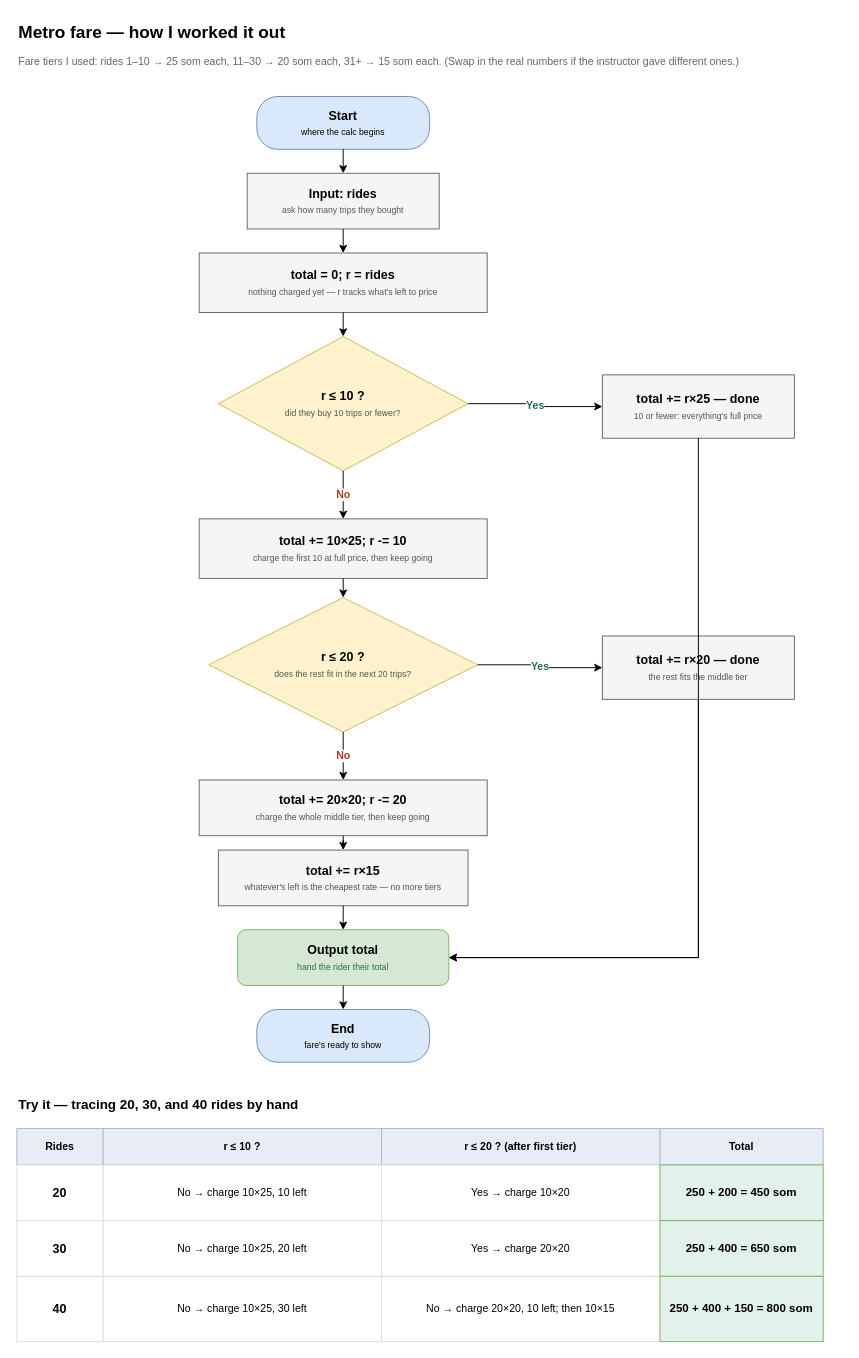
ruziev1435-star/Emaktab keeps this draw.io diagram as lab1/metro-fare-flowchart.drawio. Above is the earlier version. Source tidied: cells renumbered, new cells numbered last; positions are measured from the earlier drawing's top-left corner, leaving out a move shared by most shapes. Both pictures are drawn from the tidied source at 96%, with x=0, y=0 at pixel (16, 16).
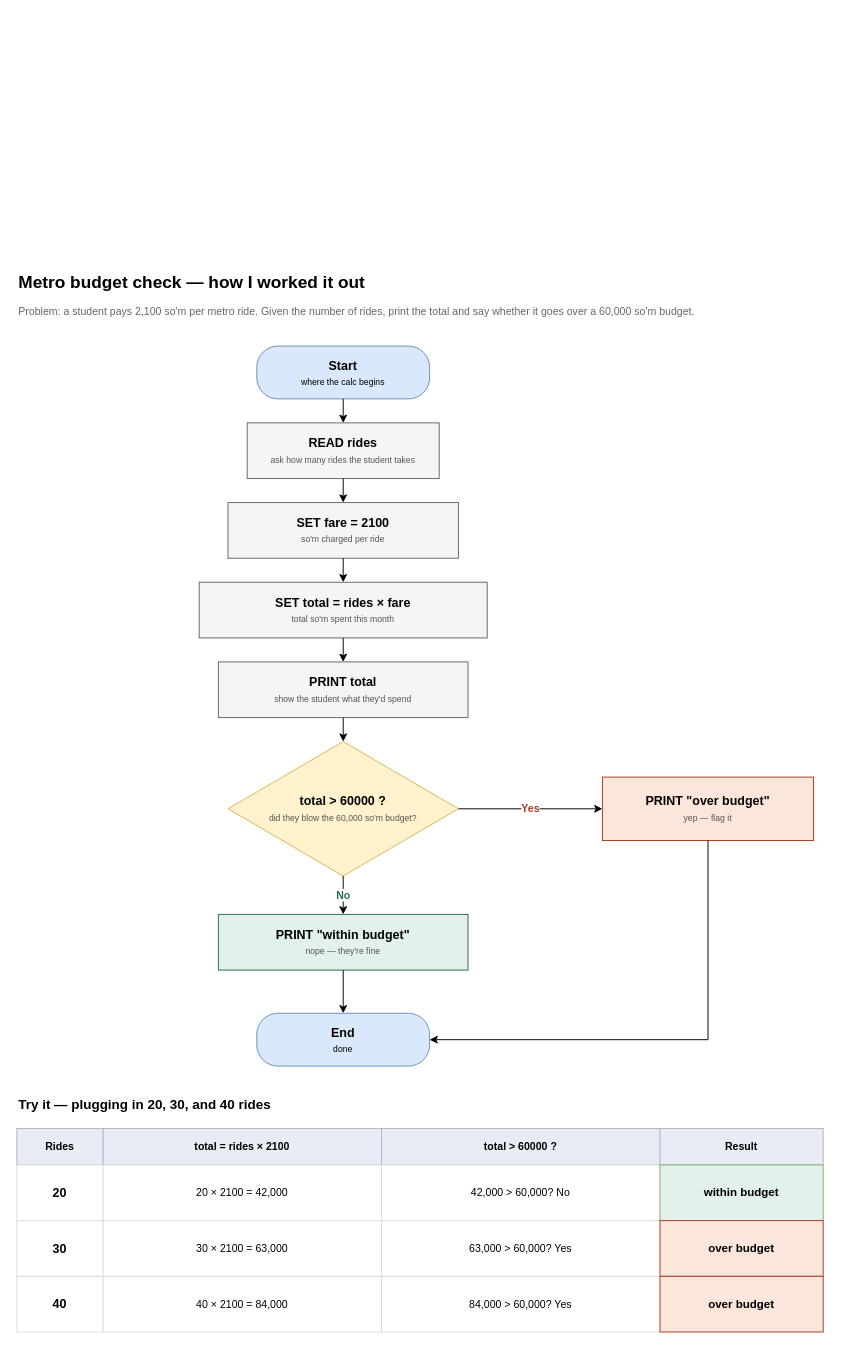
Above is the later version.

Commit message (it also covers changes not shown here):
Replace tiered-fare guess with the real algorithm from class

Change to the diagram source:
```diff
@@
-    <mxCell id="2" value="Metro fare — how I worked it out" style="text;html=1;align=left;valign=middle;fontSize=18;fontStyle=1;" parent="1" vertex="1">
-      <mxGeometry width="700" height="30" as="geometry" />
+    <mxCell id="2" value="Metro budget check — how I worked it out" style="text;html=1;align=left;valign=middle;fontSize=18;fontStyle=1;" parent="1" vertex="1">
+      <mxGeometry y="260" width="700" height="30" as="geometry" />
     </mxCell>
-    <mxCell id="3" value="Fare tiers I used: rides 1–10 → 25 som each, 11–30 → 20 som each, 31+ → 15 som each. (Swap in the real numbers if the instructor gave different ones.)" style="text;html=1;align=left;valign=middle;fontSize=11;fontColor=#666666;whiteSpace=wrap;" parent="1" vertex="1">
-      <mxGeometry y="34" width="860" height="34" as="geometry" />
+    <mxCell id="3" value="Problem: a student pays 2,100 so'm per metro ride. Given the number of rides, print the total and say whether it goes over a 60,000 so'm budget." style="text;html=1;align=left;valign=middle;fontSize=11;fontColor=#666666;whiteSpace=wrap;" parent="1" vertex="1">
+      <mxGeometry y="294" width="860" height="34" as="geometry" />
     </mxCell>
     <mxCell id="4" value="&lt;b&gt;Start&lt;/b&gt;&lt;br&gt;&lt;span style=&quot;font-size:9px;&quot;&gt;where the calc begins&lt;/span&gt;" style="rounded=1;arcSize=40;whiteSpace=wrap;html=1;fillColor=#dae8fc;strokeColor=#6c8ebf;fontSize=13;align=center;verticalAlign=middle;" parent="1" vertex="1">
-      <mxGeometry x="250" y="83" width="180" height="55" as="geometry" />
+      <mxGeometry x="250" y="343" width="180" height="55" as="geometry" />
     </mxCell>
-    <mxCell id="5" value="&lt;b&gt;Input: rides&lt;/b&gt;&lt;br&gt;&lt;span style=&quot;font-size:9px;color:#555555;&quot;&gt;ask how many trips they bought&lt;/span&gt;" style="rounded=0;whiteSpace=wrap;html=1;fillColor=#f5f5f5;strokeColor=#666666;fontSize=13;" parent="1" vertex="1">
-      <mxGeometry x="240" y="163" width="200" height="58" as="geometry" />
-    </mxCell>
-    <mxCell id="6" value="&lt;b&gt;total = 0;  r = rides&lt;/b&gt;&lt;br&gt;&lt;span style=&quot;font-size:9px;color:#555555;&quot;&gt;nothing charged yet — r tracks what's left to price&lt;/span&gt;" style="rounded=0;whiteSpace=wrap;html=1;fillColor=#f5f5f5;strokeColor=#666666;fontSize=13;" parent="1" vertex="1">
-      <mxGeometry x="190" y="246" width="300" height="62" as="geometry" />
-    </mxCell>
-    <mxCell id="7" value="&lt;b&gt;r ≤ 10 ?&lt;/b&gt;&lt;br&gt;&lt;span style=&quot;font-size:9px;color:#555555;&quot;&gt;did they buy 10 trips or fewer?&lt;/span&gt;" style="rhombus;whiteSpace=wrap;html=1;fillColor=#fff2cc;strokeColor=#d6b656;fontSize=13;" parent="1" vertex="1">
-      <mxGeometry x="210" y="333" width="260" height="140" as="geometry" />
-    </mxCell>
-    <mxCell id="8" value="&lt;b&gt;total += 10×25;  r -= 10&lt;/b&gt;&lt;br&gt;&lt;span style=&quot;font-size:9px;color:#555555;&quot;&gt;charge the first 10 at full price, then keep going&lt;/span&gt;" style="rounded=0;whiteSpace=wrap;html=1;fillColor=#f5f5f5;strokeColor=#666666;fontSize=13;" parent="1" vertex="1">
-      <mxGeometry x="190" y="523" width="300" height="62" as="geometry" />
-    </mxCell>
-    <mxCell id="9" value="&lt;b&gt;total += r×25 — done&lt;/b&gt;&lt;br&gt;&lt;span style=&quot;font-size:9px;color:#555555;&quot;&gt;10 or fewer: everything's full price&lt;/span&gt;" style="rounded=0;whiteSpace=wrap;html=1;fillColor=#f5f5f5;strokeColor=#666666;fontSize=13;" parent="1" vertex="1">
-      <mxGeometry x="610" y="373" width="200" height="66" as="geometry" />
-    </mxCell>
-    <mxCell id="10" value="&lt;b&gt;r ≤ 20 ?&lt;/b&gt;&lt;br&gt;&lt;span style=&quot;font-size:9px;color:#555555;&quot;&gt;does the rest fit in the next 20 trips?&lt;/span&gt;" style="rhombus;whiteSpace=wrap;html=1;fillColor=#fff2cc;strokeColor=#d6b656;fontSize=13;" parent="1" vertex="1">
-      <mxGeometry x="200" y="605" width="280" height="140" as="geometry" />
-    </mxCell>
-    <mxCell id="11" value="&lt;b&gt;total += r×20 — done&lt;/b&gt;&lt;br&gt;&lt;span style=&quot;font-size:9px;color:#555555;&quot;&gt;the rest fits the middle tier&lt;/span&gt;" style="rounded=0;whiteSpace=wrap;html=1;fillColor=#f5f5f5;strokeColor=#666666;fontSize=13;" parent="1" vertex="1">
-      <mxGeometry x="610" y="645" width="200" height="66" as="geometry" />
-    </mxCell>
-    <mxCell id="12" value="&lt;b&gt;total += 20×20;  r -= 20&lt;/b&gt;&lt;br&gt;&lt;span style=&quot;font-size:9px;color:#555555;&quot;&gt;charge the whole middle tier, then keep going&lt;/span&gt;" style="rounded=0;whiteSpace=wrap;html=1;fillColor=#f5f5f5;strokeColor=#666666;fontSize=13;" parent="1" vertex="1">
-      <mxGeometry x="190" y="795" width="300" height="58" as="geometry" />
-    </mxCell>
-    <mxCell id="13" value="&lt;b&gt;total += r×15&lt;/b&gt;&lt;br&gt;&lt;span style=&quot;font-size:9px;color:#555555;&quot;&gt;whatever's left is the cheapest rate — no more tiers&lt;/span&gt;" style="rounded=0;whiteSpace=wrap;html=1;fillColor=#f5f5f5;strokeColor=#666666;fontSize=13;" parent="1" vertex="1">
-      <mxGeometry x="210" y="868" width="260" height="58" as="geometry" />
-    </mxCell>
-    <mxCell id="14" value="&lt;b&gt;Output total&lt;/b&gt;&lt;br&gt;&lt;span style=&quot;font-size:9px;color:#2c6e3f;&quot;&gt;hand the rider their total&lt;/span&gt;" style="rounded=1;whiteSpace=wrap;html=1;fillColor=#d5e8d4;strokeColor=#82b366;fontSize=13;" parent="1" vertex="1">
-      <mxGeometry x="230" y="951" width="220" height="58" as="geometry" />
-    </mxCell>
+    <mxCell id="46" value="&lt;b&gt;READ rides&lt;/b&gt;&lt;br&gt;&lt;span style=&quot;font-size:9px;color:#555555;&quot;&gt;ask how many rides the student takes&lt;/span&gt;" style="rounded=0;whiteSpace=wrap;html=1;fillColor=#f5f5f5;strokeColor=#666666;fontSize=13;" parent="1" vertex="1">
+      <mxGeometry x="240" y="423" width="200" height="58" as="geometry" />
+    </mxCell>
+    <mxCell id="47" value="&lt;b&gt;SET fare = 2100&lt;/b&gt;&lt;br&gt;&lt;span style=&quot;font-size:9px;color:#555555;&quot;&gt;so'm charged per ride&lt;/span&gt;" style="rounded=0;whiteSpace=wrap;html=1;fillColor=#f5f5f5;strokeColor=#666666;fontSize=13;" parent="1" vertex="1">
+      <mxGeometry x="220" y="506" width="240" height="58" as="geometry" />
+    </mxCell>
+    <mxCell id="48" value="&lt;b&gt;SET total = rides × fare&lt;/b&gt;&lt;br&gt;&lt;span style=&quot;font-size:9px;color:#555555;&quot;&gt;total so'm spent this month&lt;/span&gt;" style="rounded=0;whiteSpace=wrap;html=1;fillColor=#f5f5f5;strokeColor=#666666;fontSize=13;" parent="1" vertex="1">
+      <mxGeometry x="190" y="589" width="300" height="58" as="geometry" />
+    </mxCell>
+    <mxCell id="49" value="&lt;b&gt;PRINT total&lt;/b&gt;&lt;br&gt;&lt;span style=&quot;font-size:9px;color:#555555;&quot;&gt;show the student what they'd spend&lt;/span&gt;" style="rounded=0;whiteSpace=wrap;html=1;fillColor=#f5f5f5;strokeColor=#666666;fontSize=13;" parent="1" vertex="1">
+      <mxGeometry x="210" y="672" width="260" height="58" as="geometry" />
+    </mxCell>
+    <mxCell id="50" value="&lt;b&gt;total &gt; 60000 ?&lt;/b&gt;&lt;br&gt;&lt;span style=&quot;font-size:9px;color:#555555;&quot;&gt;did they blow the 60,000 so'm budget?&lt;/span&gt;" style="rhombus;whiteSpace=wrap;html=1;fillColor=#fff2cc;strokeColor=#d6b656;fontSize=13;" parent="1" vertex="1">
+      <mxGeometry x="220" y="755" width="240" height="140" as="geometry" />
+    </mxCell>
+    <mxCell id="51" value="&lt;b&gt;PRINT &quot;over budget&quot;&lt;/b&gt;&lt;br&gt;&lt;span style=&quot;font-size:9px;color:#555555;&quot;&gt;yep — flag it&lt;/span&gt;" style="rounded=0;whiteSpace=wrap;html=1;fillColor=#fbe6dc;strokeColor=#a83e1f;fontSize=13;" parent="1" vertex="1">
+      <mxGeometry x="610" y="792" width="220" height="66" as="geometry" />
+    </mxCell>
+    <mxCell id="52" value="&lt;b&gt;PRINT &quot;within budget&quot;&lt;/b&gt;&lt;br&gt;&lt;span style=&quot;font-size:9px;color:#555555;&quot;&gt;nope — they're fine&lt;/span&gt;" style="rounded=0;whiteSpace=wrap;html=1;fillColor=#e2f1e9;strokeColor=#276e4d;fontSize=13;" parent="1" vertex="1">
+      <mxGeometry x="210" y="935" width="260" height="58" as="geometry" />
+    </mxCell>
-    <mxCell id="15" value="&lt;b&gt;End&lt;/b&gt;&lt;br&gt;&lt;span style=&quot;font-size:9px;&quot;&gt;fare's ready to show&lt;/span&gt;" style="rounded=1;arcSize=40;whiteSpace=wrap;html=1;fillColor=#dae8fc;strokeColor=#6c8ebf;fontSize=13;" parent="1" vertex="1">
-      <mxGeometry x="250" y="1034" width="180" height="55" as="geometry" />
+    <mxCell id="15" value="&lt;b&gt;End&lt;/b&gt;&lt;br&gt;&lt;span style=&quot;font-size:9px;&quot;&gt;done&lt;/span&gt;" style="rounded=1;arcSize=40;whiteSpace=wrap;html=1;fillColor=#dae8fc;strokeColor=#6c8ebf;fontSize=13;" parent="1" vertex="1">
+      <mxGeometry x="250" y="1038" width="180" height="55" as="geometry" />
     </mxCell>
-    <mxCell id="16" style="edgeStyle=orthogonalEdgeStyle;rounded=0;html=1;" parent="1" edge="1" source="4" target="5">
+    <mxCell id="16" style="edgeStyle=orthogonalEdgeStyle;rounded=0;html=1;" parent="1" edge="1" source="4" target="46">
       <mxGeometry relative="1" as="geometry" />
     </mxCell>
-    <mxCell id="17" style="edgeStyle=orthogonalEdgeStyle;rounded=0;html=1;" parent="1" edge="1" source="5" target="6">
+    <mxCell id="17" style="edgeStyle=orthogonalEdgeStyle;rounded=0;html=1;" parent="1" edge="1" source="46" target="47">
       <mxGeometry relative="1" as="geometry" />
     </mxCell>
-    <mxCell id="18" style="edgeStyle=orthogonalEdgeStyle;rounded=0;html=1;" parent="1" edge="1" source="6" target="7">
+    <mxCell id="18" style="edgeStyle=orthogonalEdgeStyle;rounded=0;html=1;" parent="1" edge="1" source="47" target="48">
       <mxGeometry relative="1" as="geometry" />
     </mxCell>
-    <mxCell id="19" value="No" style="edgeStyle=orthogonalEdgeStyle;rounded=0;html=1;fontStyle=1;fontColor=#a83e1f;" parent="1" edge="1" source="7" target="8">
+    <mxCell id="19" style="edgeStyle=orthogonalEdgeStyle;rounded=0;html=1;" parent="1" edge="1" source="48" target="49">
       <mxGeometry relative="1" as="geometry" />
     </mxCell>
-    <mxCell id="20" value="Yes" style="edgeStyle=orthogonalEdgeStyle;rounded=0;html=1;fontStyle=1;fontColor=#276e4d;" parent="1" edge="1" source="7" target="9">
+    <mxCell id="20" style="edgeStyle=orthogonalEdgeStyle;rounded=0;html=1;" parent="1" edge="1" source="49" target="50">
       <mxGeometry relative="1" as="geometry" />
     </mxCell>
-    <mxCell id="21" style="edgeStyle=orthogonalEdgeStyle;rounded=0;html=1;" parent="1" edge="1" source="8" target="10">
+    <mxCell id="21" value="Yes" style="edgeStyle=orthogonalEdgeStyle;rounded=0;html=1;fontStyle=1;fontColor=#a83e1f;" parent="1" edge="1" source="50" target="51">
       <mxGeometry relative="1" as="geometry" />
     </mxCell>
-    <mxCell id="22" value="No" style="edgeStyle=orthogonalEdgeStyle;rounded=0;html=1;fontStyle=1;fontColor=#a83e1f;" parent="1" edge="1" source="10" target="12">
+    <mxCell id="22" value="No" style="edgeStyle=orthogonalEdgeStyle;rounded=0;html=1;fontStyle=1;fontColor=#276e4d;" parent="1" edge="1" source="50" target="52">
       <mxGeometry relative="1" as="geometry" />
     </mxCell>
-    <mxCell id="23" value="Yes" style="edgeStyle=orthogonalEdgeStyle;rounded=0;html=1;fontStyle=1;fontColor=#276e4d;" parent="1" edge="1" source="10" target="11">
+    <mxCell id="23" style="edgeStyle=orthogonalEdgeStyle;rounded=0;html=1;" parent="1" edge="1" source="52" target="15">
       <mxGeometry relative="1" as="geometry" />
     </mxCell>
-    <mxCell id="24" style="edgeStyle=orthogonalEdgeStyle;rounded=0;html=1;" parent="1" edge="1" source="12" target="13">
+    <mxCell id="24" style="edgeStyle=orthogonalEdgeStyle;rounded=0;html=1;exitX=0.5;exitY=1;entryX=1;entryY=0.5;" parent="1" edge="1" source="51" target="15">
       <mxGeometry relative="1" as="geometry" />
     </mxCell>
-    <mxCell id="25" style="edgeStyle=orthogonalEdgeStyle;rounded=0;html=1;" parent="1" edge="1" source="13" target="14">
-      <mxGeometry relative="1" as="geometry" />
-    </mxCell>
-    <mxCell id="26" style="edgeStyle=orthogonalEdgeStyle;rounded=0;html=1;exitX=0.5;exitY=1;entryX=1;entryY=0.5;" parent="1" edge="1" source="9" target="14">
-      <mxGeometry relative="1" as="geometry" />
-    </mxCell>
-    <mxCell id="27" style="edgeStyle=orthogonalEdgeStyle;rounded=0;html=1;exitX=0.5;exitY=1;entryX=1;entryY=0.5;" parent="1" edge="1" source="11" target="14">
-      <mxGeometry relative="1" as="geometry" />
-    </mxCell>
-    <mxCell id="28" style="edgeStyle=orthogonalEdgeStyle;rounded=0;html=1;" parent="1" edge="1" source="14" target="15">
-      <mxGeometry relative="1" as="geometry" />
-    </mxCell>
-    <mxCell id="29" value="Try it — tracing 20, 30, and 40 rides by hand" style="text;html=1;align=left;valign=middle;fontSize=14;fontStyle=1;" parent="1" vertex="1">
+    <mxCell id="29" value="Try it — plugging in 20, 30, and 40 rides" style="text;html=1;align=left;valign=middle;fontSize=14;fontStyle=1;" parent="1" vertex="1">
       <mxGeometry y="1118" width="700" height="28" as="geometry" />
     </mxCell>
@@
-    <mxCell id="31" value="r ≤ 10 ?" style="rounded=0;whiteSpace=wrap;html=1;fillColor=#e8edf5;strokeColor=#b0b8c8;fontStyle=1;fontSize=11;" parent="1" vertex="1">
+    <mxCell id="31" value="total = rides × 2100" style="rounded=0;whiteSpace=wrap;html=1;fillColor=#e8edf5;strokeColor=#b0b8c8;fontStyle=1;fontSize=11;" parent="1" vertex="1">
       <mxGeometry x="90" y="1158" width="290" height="38" as="geometry" />
     </mxCell>
-    <mxCell id="32" value="r ≤ 20 ? (after first tier)" style="rounded=0;whiteSpace=wrap;html=1;fillColor=#e8edf5;strokeColor=#b0b8c8;fontStyle=1;fontSize=11;" parent="1" vertex="1">
+    <mxCell id="32" value="total &gt; 60000 ?" style="rounded=0;whiteSpace=wrap;html=1;fillColor=#e8edf5;strokeColor=#b0b8c8;fontStyle=1;fontSize=11;" parent="1" vertex="1">
       <mxGeometry x="380" y="1158" width="290" height="38" as="geometry" />
     </mxCell>
-    <mxCell id="33" value="Total" style="rounded=0;whiteSpace=wrap;html=1;fillColor=#e8edf5;strokeColor=#b0b8c8;fontStyle=1;fontSize=11;" parent="1" vertex="1">
+    <mxCell id="33" value="Result" style="rounded=0;whiteSpace=wrap;html=1;fillColor=#e8edf5;strokeColor=#b0b8c8;fontStyle=1;fontSize=11;" parent="1" vertex="1">
       <mxGeometry x="670" y="1158" width="170" height="38" as="geometry" />
     </mxCell>
@@
-    <mxCell id="35" value="No → charge 10×25, 10 left" style="rounded=0;whiteSpace=wrap;html=1;fillColor=#ffffff;strokeColor=#dddddd;fontSize=11;spacing=6;" parent="1" vertex="1">
+    <mxCell id="35" value="20 × 2100 = 42,000" style="rounded=0;whiteSpace=wrap;html=1;fillColor=#ffffff;strokeColor=#dddddd;fontSize=11;spacing=6;" parent="1" vertex="1">
       <mxGeometry x="90" y="1196" width="290" height="58" as="geometry" />
     </mxCell>
-    <mxCell id="36" value="Yes → charge 10×20" style="rounded=0;whiteSpace=wrap;html=1;fillColor=#ffffff;strokeColor=#dddddd;fontSize=11;spacing=6;" parent="1" vertex="1">
+    <mxCell id="36" value="42,000 &gt; 60,000? No" style="rounded=0;whiteSpace=wrap;html=1;fillColor=#ffffff;strokeColor=#dddddd;fontSize=11;spacing=6;" parent="1" vertex="1">
       <mxGeometry x="380" y="1196" width="290" height="58" as="geometry" />
     </mxCell>
-    <mxCell id="37" value="250 + 200 = 450 som" style="rounded=0;whiteSpace=wrap;html=1;fillColor=#e2f1e9;strokeColor=#82b366;fontSize=12;fontStyle=1;spacing=6;" parent="1" vertex="1">
+    <mxCell id="37" value="within budget" style="rounded=0;whiteSpace=wrap;html=1;fillColor=#e2f1e9;strokeColor=#82b366;fontSize=12;fontStyle=1;spacing=6;" parent="1" vertex="1">
       <mxGeometry x="670" y="1196" width="170" height="58" as="geometry" />
     </mxCell>
@@
-    <mxCell id="39" value="No → charge 10×25, 20 left" style="rounded=0;whiteSpace=wrap;html=1;fillColor=#ffffff;strokeColor=#dddddd;fontSize=11;spacing=6;" parent="1" vertex="1">
+    <mxCell id="39" value="30 × 2100 = 63,000" style="rounded=0;whiteSpace=wrap;html=1;fillColor=#ffffff;strokeColor=#dddddd;fontSize=11;spacing=6;" parent="1" vertex="1">
       <mxGeometry x="90" y="1254" width="290" height="58" as="geometry" />
     </mxCell>
-    <mxCell id="40" value="Yes → charge 20×20" style="rounded=0;whiteSpace=wrap;html=1;fillColor=#ffffff;strokeColor=#dddddd;fontSize=11;spacing=6;" parent="1" vertex="1">
+    <mxCell id="40" value="63,000 &gt; 60,000? Yes" style="rounded=0;whiteSpace=wrap;html=1;fillColor=#ffffff;strokeColor=#dddddd;fontSize=11;spacing=6;" parent="1" vertex="1">
       <mxGeometry x="380" y="1254" width="290" height="58" as="geometry" />
     </mxCell>
-    <mxCell id="41" value="250 + 400 = 650 som" style="rounded=0;whiteSpace=wrap;html=1;fillColor=#e2f1e9;strokeColor=#82b366;fontSize=12;fontStyle=1;spacing=6;" parent="1" vertex="1">
+    <mxCell id="41" value="over budget" style="rounded=0;whiteSpace=wrap;html=1;fillColor=#fbe6dc;strokeColor=#a83e1f;fontSize=12;fontStyle=1;spacing=6;" parent="1" vertex="1">
       <mxGeometry x="670" y="1254" width="170" height="58" as="geometry" />
     </mxCell>
     <mxCell id="42" value="40" style="rounded=0;whiteSpace=wrap;html=1;fillColor=#ffffff;strokeColor=#dddddd;fontSize=13;fontStyle=1;" parent="1" vertex="1">
-      <mxGeometry y="1312" width="90" height="68" as="geometry" />
+      <mxGeometry y="1312" width="90" height="58" as="geometry" />
     </mxCell>
-    <mxCell id="43" value="No → charge 10×25, 30 left" style="rounded=0;whiteSpace=wrap;html=1;fillColor=#ffffff;strokeColor=#dddddd;fontSize=11;spacing=6;" parent="1" vertex="1">
-      <mxGeometry x="90" y="1312" width="290" height="68" as="geometry" />
+    <mxCell id="43" value="40 × 2100 = 84,000" style="rounded=0;whiteSpace=wrap;html=1;fillColor=#ffffff;strokeColor=#dddddd;fontSize=11;spacing=6;" parent="1" vertex="1">
+      <mxGeometry x="90" y="1312" width="290" height="58" as="geometry" />
     </mxCell>
-    <mxCell id="44" value="No → charge 20×20, 10 left; then 10×15" style="rounded=0;whiteSpace=wrap;html=1;fillColor=#ffffff;strokeColor=#dddddd;fontSize=11;spacing=6;" parent="1" vertex="1">
-      <mxGeometry x="380" y="1312" width="290" height="68" as="geometry" />
+    <mxCell id="44" value="84,000 &gt; 60,000? Yes" style="rounded=0;whiteSpace=wrap;html=1;fillColor=#ffffff;strokeColor=#dddddd;fontSize=11;spacing=6;" parent="1" vertex="1">
+      <mxGeometry x="380" y="1312" width="290" height="58" as="geometry" />
     </mxCell>
-    <mxCell id="45" value="250 + 400 + 150 = 800 som" style="rounded=0;whiteSpace=wrap;html=1;fillColor=#e2f1e9;strokeColor=#82b366;fontSize=12;fontStyle=1;spacing=6;" parent="1" vertex="1">
-      <mxGeometry x="670" y="1312" width="170" height="68" as="geometry" />
+    <mxCell id="45" value="over budget" style="rounded=0;whiteSpace=wrap;html=1;fillColor=#fbe6dc;strokeColor=#a83e1f;fontSize=12;fontStyle=1;spacing=6;" parent="1" vertex="1">
+      <mxGeometry x="670" y="1312" width="170" height="58" as="geometry" />
     </mxCell>
```
